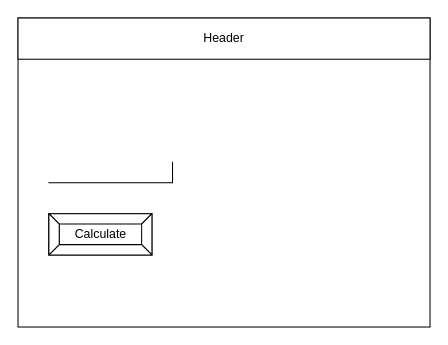
Above: design/story-board.drawio in sam-corbett/ICS2O-Unit5-02-JS (draw.io), before the change. Source tidied: cells renumbered, new cells numbered last; positions are measured from the earlier drawing's top-left corner, leaving out a move shared by most shapes. Both pictures are drawn from the tidied source at 103%, with x=0, y=0 at pixel (18, 18).
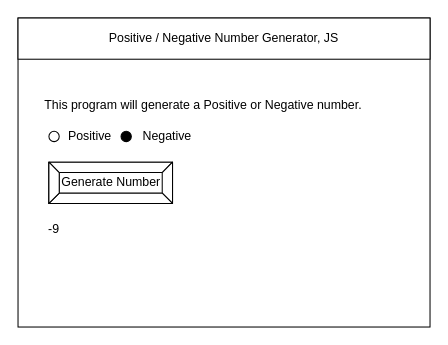
Above is the later version.

Commit message (it also covers changes not shown here):
added storyboard (which I haven't done beforehand!)

The edit, as a diff of the source:
```diff
@@
 <mxGraphModel>
   <root>
     <mxCell id="0" />
     <mxCell id="1" parent="0" />
     <mxCell id="2" style="rounded=0;whiteSpace=wrap;html=1;" parent="1" vertex="1">
       <mxGeometry width="400" height="300" as="geometry" />
     </mxCell>
-    <mxCell id="3" value="Header" style="rounded=0;whiteSpace=wrap;html=1;" parent="1" vertex="1">
+    <mxCell id="3" value="Positive / Negative Number Generator, JS" style="rounded=0;whiteSpace=wrap;html=1;" parent="1" vertex="1">
       <mxGeometry width="400" height="40" as="geometry" />
     </mxCell>
-    <mxCell id="4" style="shape=partialRectangle;whiteSpace=wrap;html=1;top=0;left=0;fillColor=none;" parent="1" vertex="1">
-      <mxGeometry x="30" y="140" width="120" height="20" as="geometry" />
-    </mxCell>
-    <mxCell id="5" value="Calculate" style="labelPosition=center;verticalLabelPosition=middle;align=center;html=1;shape=mxgraph.basic.button;dx=10;" parent="1" vertex="1">
-      <mxGeometry x="30" y="190" width="100" height="40" as="geometry" />
+    <mxCell id="5" value="Generate Number" style="labelPosition=center;verticalLabelPosition=middle;align=center;html=1;shape=mxgraph.basic.button;dx=10;" parent="1" vertex="1">
+      <mxGeometry x="30" y="140" width="120" height="40" as="geometry" />
     </mxCell>
+    <mxCell id="6" style="ellipse;whiteSpace=wrap;html=1;" parent="1" vertex="1">
+      <mxGeometry x="30" y="110" width="10" height="10" as="geometry" />
+    </mxCell>
+    <mxCell id="7" value="Positive" style="text;html=1;strokeColor=none;fillColor=none;align=center;verticalAlign=middle;whiteSpace=wrap;rounded=0;" parent="1" vertex="1">
+      <mxGeometry x="50" y="110" width="40" height="10" as="geometry" />
+    </mxCell>
+    <mxCell id="8" value="Negative" style="text;html=1;strokeColor=none;fillColor=none;align=center;verticalAlign=middle;whiteSpace=wrap;rounded=0;" parent="1" vertex="1">
+      <mxGeometry x="120" y="110" width="50" height="10" as="geometry" />
+    </mxCell>
+    <mxCell id="9" style="ellipse;whiteSpace=wrap;html=1;fillColor=#000000;" parent="1" vertex="1">
+      <mxGeometry x="100" y="110" width="10" height="10" as="geometry" />
+    </mxCell>
+    <mxCell id="10" value="-9" style="text;html=1;strokeColor=none;fillColor=none;align=center;verticalAlign=middle;whiteSpace=wrap;rounded=0;" parent="1" vertex="1">
+      <mxGeometry x="30" y="200" width="10" height="10" as="geometry" />
+    </mxCell>
+    <mxCell id="11" value="This program will generate a Positive or Negative number." style="text;html=1;strokeColor=none;fillColor=none;align=center;verticalAlign=middle;whiteSpace=wrap;rounded=0;" parent="1" vertex="1">
+      <mxGeometry x="20" y="80" width="320" height="10" as="geometry" />
+    </mxCell>
   </root>
 </mxGraphModel>
```
